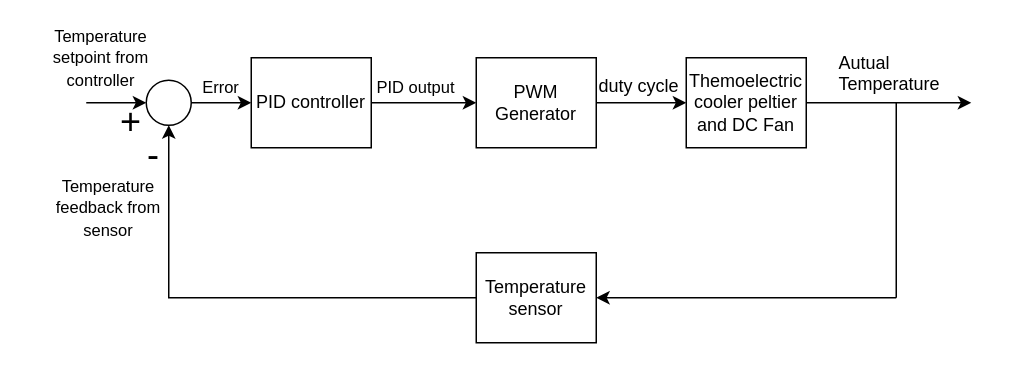
This is blockdiagram.drawio from Taweechokk/file, a draw.io file, before an edit. Source tidied: cells renumbered, new cells numbered last; positions are measured from the earlier drawing's top-left corner, leaving out a move shared by most shapes. Both pictures are drawn from the tidied source at 150%, with x=0, y=0 at pixel (26, 27).
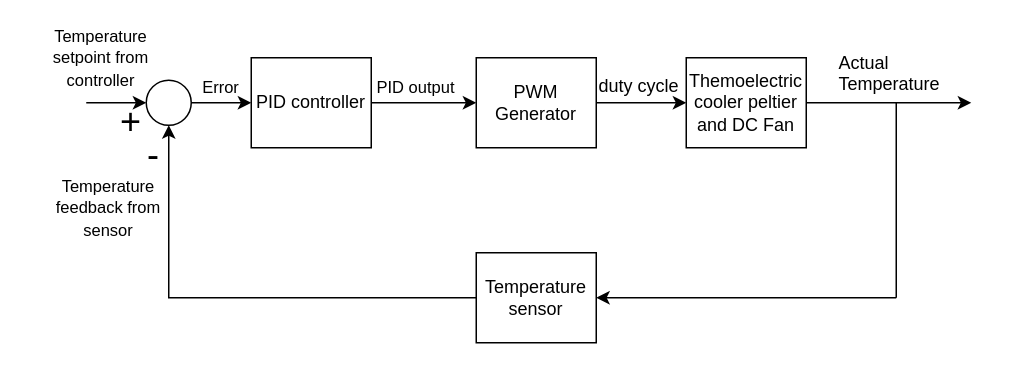
The same page after the edit.

The edit, as a diff of the source:
```diff
@@
-    <mxCell id="18" value="Autual&#10;Temperature" style="text;whiteSpace=wrap;" parent="1" vertex="1">
+    <mxCell id="18" value="Actual&#10;Temperature" style="text;whiteSpace=wrap;" parent="1" vertex="1">
       <mxGeometry x="540" y="10" width="40" height="40" as="geometry" />
     </mxCell>
```
